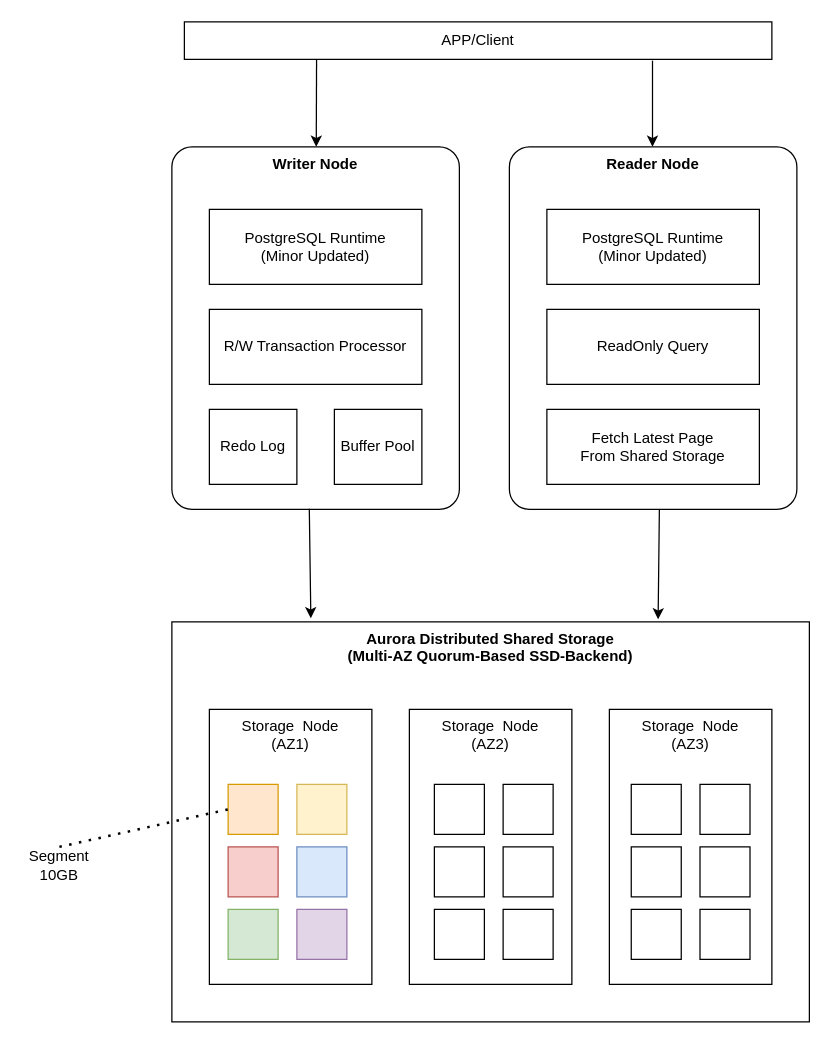
This is Aurora Architecture.drawio from gengjie/aws_architecture, a draw.io file, before an edit. Source tidied: cells renumbered, new cells numbered last; positions are measured from the earlier drawing's top-left corner, leaving out a move shared by most shapes. Both pictures are drawn from the tidied source at 125%, with x=0, y=0 at pixel (21, 21).
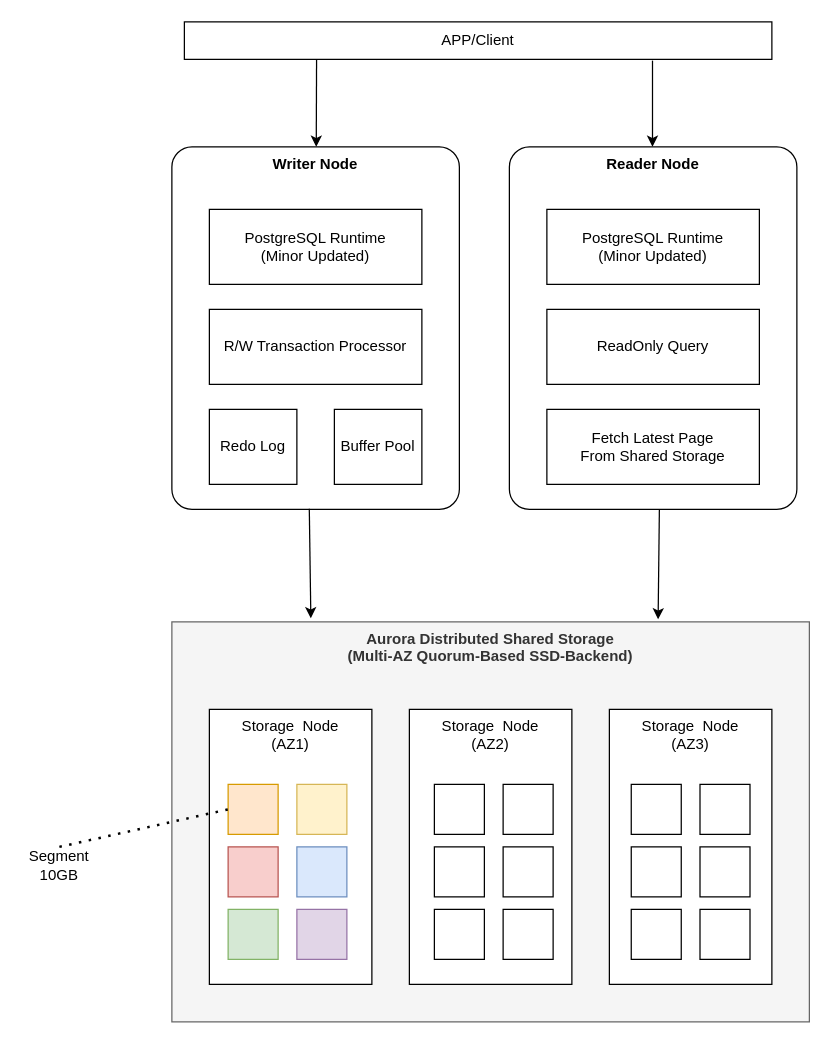
After the change.

What changed in the source:
```diff
@@
-    <mxCell id="12" value="Aurora Distributed Shared Storage&lt;br&gt;(Multi-AZ Quorum-Based SSD-Backend)" style="rounded=0;whiteSpace=wrap;html=1;verticalAlign=top;fontStyle=1;" parent="1" vertex="1">
+    <mxCell id="12" value="Aurora Distributed Shared Storage&lt;br&gt;(Multi-AZ Quorum-Based SSD-Backend)" style="rounded=0;whiteSpace=wrap;html=1;verticalAlign=top;fontStyle=1;fillColor=#f5f5f5;fontColor=#333333;strokeColor=#666666;" parent="1" vertex="1">
       <mxGeometry x="120" y="480" width="510" height="320" as="geometry" />
     </mxCell>
```
